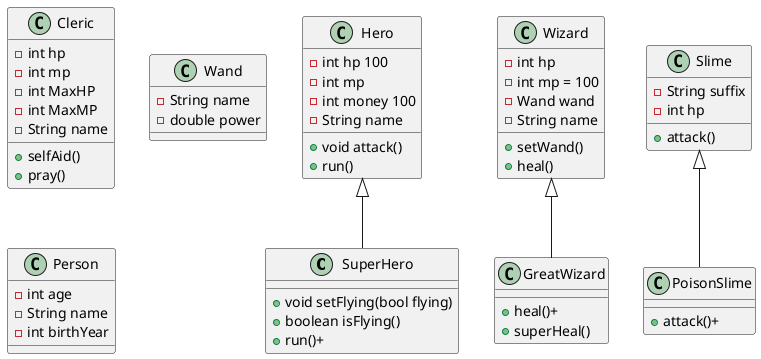
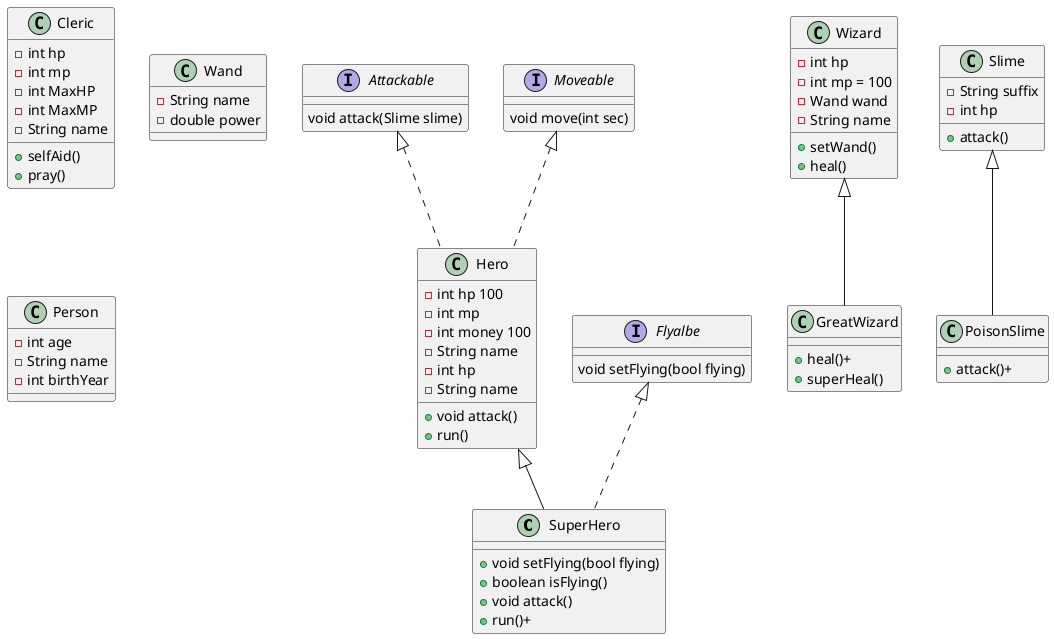
@startuml
- class SuperHero extends Hero {
+ class SuperHero extends Hero implements Flyalbe{
   +void setFlying(bool flying)
   +boolean isFlying()
+    +void attack()
   + run()+
}
class Hero {
   - int hp 100
   - int mp
   - int money 100
   -String name
   + void attack()
   + run()
}
class Cleric {
   - int hp
   - int mp
   - int MaxHP
   - int MaxMP
   - String name
   + selfAid()
   + pray()
}
class GreatWizard extends Wizard {
   +heal()+
   +superHeal()
}

class Wizard {
   - int hp
   - int mp = 100
   - Wand wand
   - String name
   + setWand()
   + heal()
}

class Wand {
   - String name
   - double power
}

class Person {
   -int age
   -String name
   -int birthYear
}
class PoisonSlime extends Slime {
   +attack()+
}

class Slime {
   -String suffix
   -int hp
   +attack()
}
+ class Hero implements Attackable, Moveable {
+ -int hp
+ -String name
+ }
+ interface Moveable {
+ void move(int sec)
+ }

+ interface Attackable {
+ void attack(Slime slime)
+ }
+ 
+ interface Flyalbe {
+ void setFlying(bool flying)
+ }

@enduml